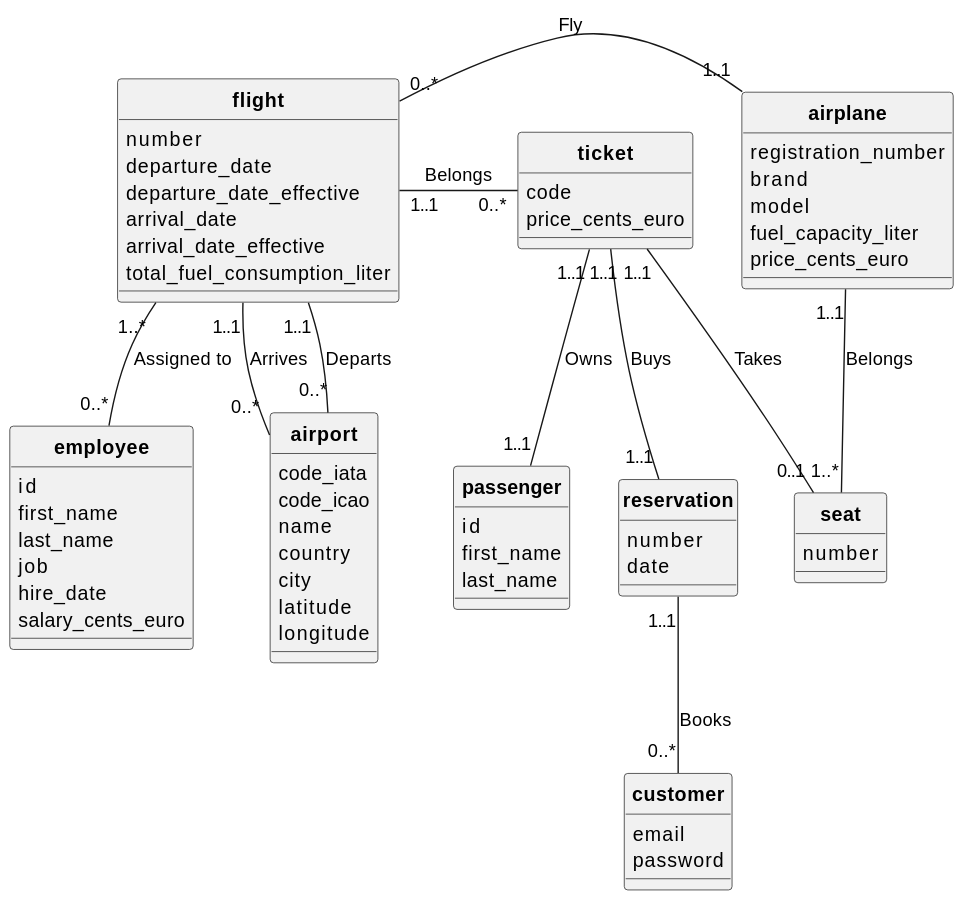
Earlier version of the PlantUML export MCD.svg (cnam-theoludwig/cnam-database).
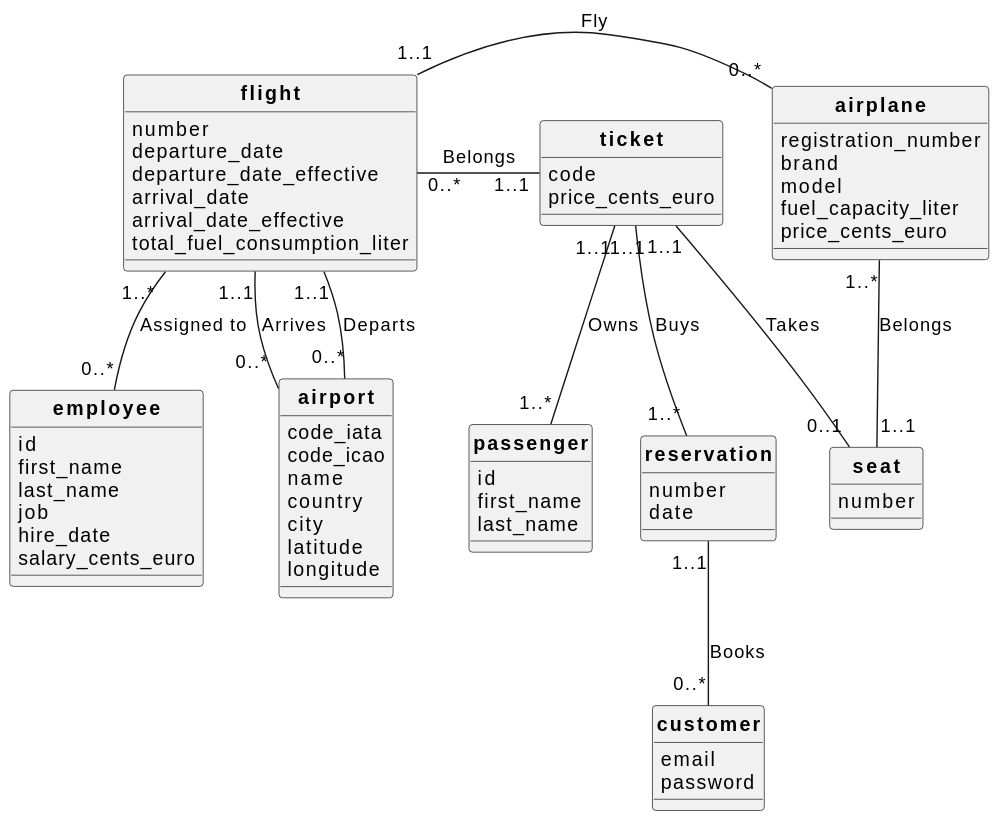
The same file after the commit.

Diff of the diagram source:
```diff
@@ -65,19 +65,19 @@
   date
 }
 
-airplane "1..1" -l- "0..*" flight : "Fly"
-airplane "1..1" -- "1..*" seat : "Belongs"
+airplane "0..*" -l- "1..1" flight : "Fly"
+airplane "1..*" -- "1..1" seat : "Belongs"
 
 flight "1..*" -- "0..*" employee : "Assigned to"
 
 flight "1..1" -- "0..*" airport : "Departs"
 flight "1..1" -- "0..*" airport : "Arrives"
 
-flight "1..1" -r- "0..*" ticket : "Belongs"
+flight "0..*" -r- "1..1" ticket : "Belongs"
 
 ticket "1..1" -- "0..1" seat : "Takes"
-ticket "1..1" -- "1..1" passenger : "Owns"
-ticket "1..1" -- "1..1" reservation : "Buys"
+ticket "1..1" -- "1..*" passenger : "Owns"
+ticket "1..1" -- "1..*" reservation : "Buys"
 
 reservation "1..1" -- "0..*" customer : "Books"
 @enduml
```
